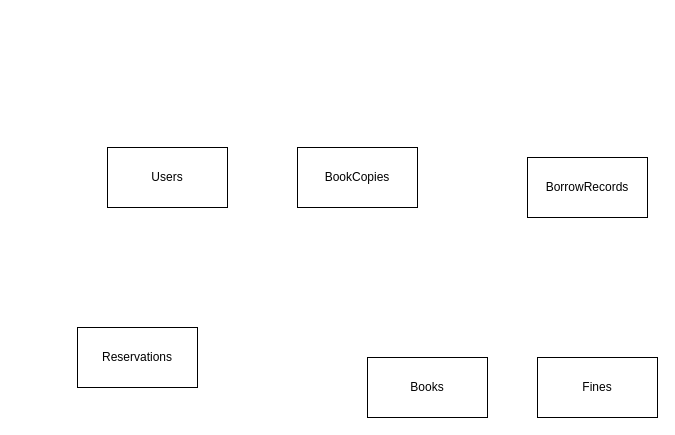
Above: Biểu đồ không có tiêu đề.drawio in nta105/nta105.github.io (draw.io), before the change. Source tidied: cells renumbered, new cells numbered last; positions are measured from the earlier drawing's top-left corner, leaving out a move shared by most shapes. Both pictures are drawn from the tidied source at 100%, with x=0, y=0 at pixel (77, 147).
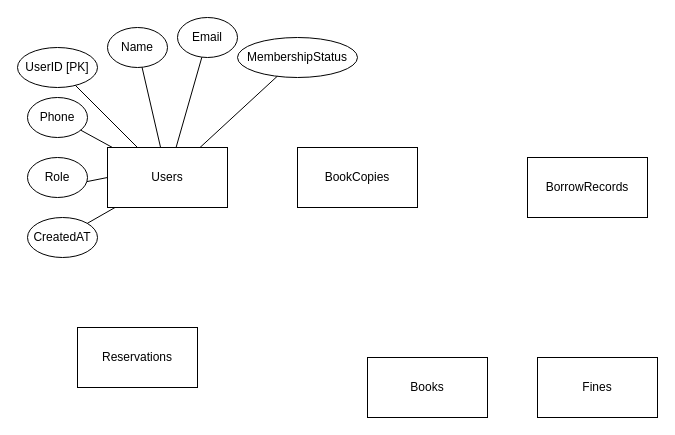
Above is the later version.

The change refers to these unchanged cells:
```xml
<mxCell id="2" value="Users" style="rounded=0;whiteSpace=wrap;html=1;" parent="1" vertex="1">
  <mxGeometry x="30" width="120" height="60" as="geometry" />
</mxCell>
```

Change to the diagram source:
```diff
@@
+    <mxCell id="8" value="UserID [PK]" style="ellipse;whiteSpace=wrap;html=1;" parent="1" vertex="1">
+      <mxGeometry x="-60" y="-100" width="80" height="40" as="geometry" />
+    </mxCell>
+    <mxCell id="9" value="Name" style="ellipse;whiteSpace=wrap;html=1;" parent="1" vertex="1">
+      <mxGeometry x="30" y="-120" width="60" height="40" as="geometry" />
+    </mxCell>
+    <mxCell id="10" value="Email" style="ellipse;whiteSpace=wrap;html=1;" parent="1" vertex="1">
+      <mxGeometry x="100" y="-130" width="60" height="40" as="geometry" />
+    </mxCell>
+    <mxCell id="11" value="Phone" style="ellipse;whiteSpace=wrap;html=1;" parent="1" vertex="1">
+      <mxGeometry x="-50" y="-50" width="60" height="40" as="geometry" />
+    </mxCell>
+    <mxCell id="12" value="MembershipStatus" style="ellipse;whiteSpace=wrap;html=1;" parent="1" vertex="1">
+      <mxGeometry x="160" y="-110" width="120" height="40" as="geometry" />
+    </mxCell>
+    <mxCell id="13" value="Role" style="ellipse;whiteSpace=wrap;html=1;" parent="1" vertex="1">
+      <mxGeometry x="-50" y="10" width="60" height="40" as="geometry" />
+    </mxCell>
+    <mxCell id="14" value="CreatedAT" style="ellipse;whiteSpace=wrap;html=1;" parent="1" vertex="1">
+      <mxGeometry x="-50" y="70" width="70" height="40" as="geometry" />
+    </mxCell>
+    <mxCell id="15" style="endArrow=none;html=1;rounded=0;" parent="1" edge="1" source="11" target="2">
+      <mxGeometry relative="1" as="geometry" />
+    </mxCell>
+    <mxCell id="16" style="endArrow=none;html=1;rounded=0;" parent="1" edge="1" source="13" target="2">
+      <mxGeometry relative="1" as="geometry" />
+    </mxCell>
+    <mxCell id="17" style="endArrow=none;html=1;rounded=0;" parent="1" edge="1" source="12" target="2">
+      <mxGeometry relative="1" as="geometry" />
+    </mxCell>
+    <mxCell id="18" style="endArrow=none;html=1;rounded=0;" parent="1" edge="1" source="2" target="14">
+      <mxGeometry relative="1" as="geometry" />
+    </mxCell>
+    <mxCell id="19" style="endArrow=none;html=1;rounded=0;" parent="1" edge="1" source="2" target="10">
+      <mxGeometry relative="1" as="geometry" />
+    </mxCell>
+    <mxCell id="20" style="endArrow=none;html=1;rounded=0;" parent="1" edge="1" source="2" target="8">
+      <mxGeometry relative="1" as="geometry" />
+    </mxCell>
+    <mxCell id="21" style="endArrow=none;html=1;rounded=0;" parent="1" edge="1" source="2" target="9">
+      <mxGeometry relative="1" as="geometry" />
+    </mxCell>
```
